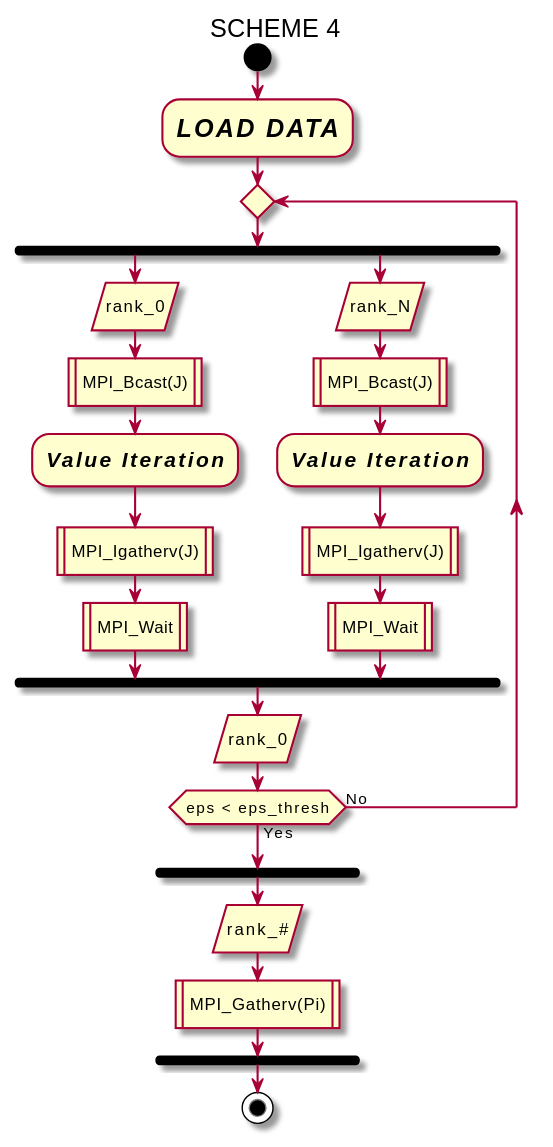
Earlier version of the PlantUML export out/src/scheme4/scheme4.svg (hashkode/hpcfmi-mpivi).
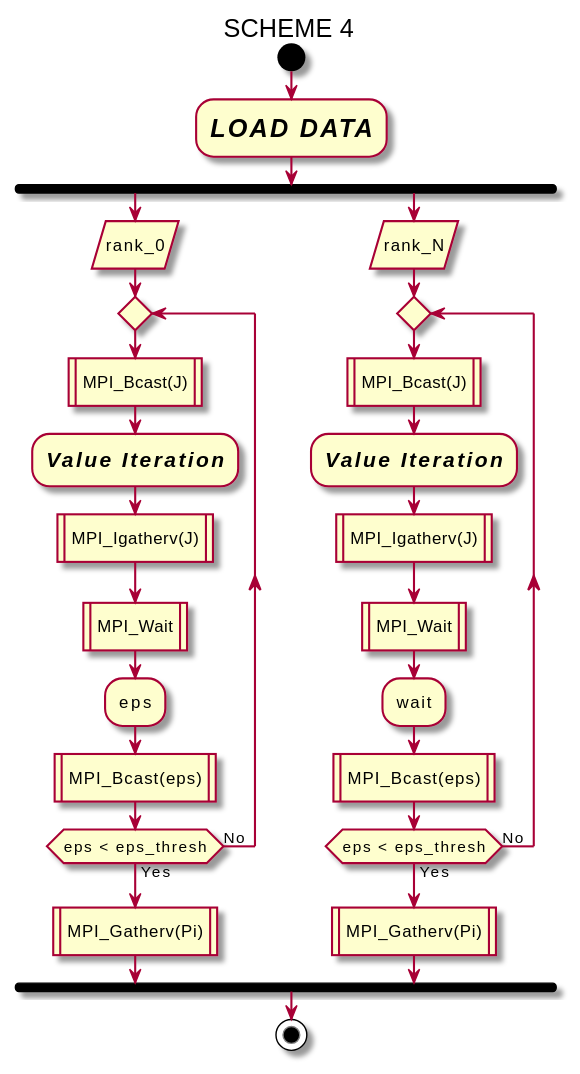
The same diagram one commit later.

Commit message:
scheme 6 as asynchronous MPI scheme

The edit, as a diff of the source:
```diff
@@ -2,24 +2,27 @@
 title SCHEME 4
 start
 :<size:18><i><b>LOAD DATA</b></i></size>;
-repeat
 fork
     :rank_0/
+    repeat
     :MPI_Bcast(J)|
-:<size:15><i><b>Value Iteration</b></i></size>;
-:MPI_Igatherv(J)|
-:MPI_Wait|
+    :<size:15><i><b>Value Iteration</b></i></size>;
+    :MPI_Igatherv(J)|
+    :MPI_Wait|
+    :eps;
+    :MPI_Bcast(eps)|
+    repeat while (eps < eps_thresh) is (No) not (Yes)
+    :MPI_Gatherv(Pi)|
 fork again
     :rank_N/
+    repeat
     :MPI_Bcast(J)|
-:<size:15><i><b>Value Iteration</b></i></size>;
-:MPI_Igatherv(J)|
-:MPI_Wait|
-end fork
-:rank_0/
+    :<size:15><i><b>Value Iteration</b></i></size>;
+    :MPI_Igatherv(J)|
+    :MPI_Wait|
+    :wait;
+    :MPI_Bcast(eps)|
 repeat while (eps < eps_thresh) is (No) not (Yes)
-fork
-:rank_#/
 :MPI_Gatherv(Pi)|
 end fork
 stop
```
